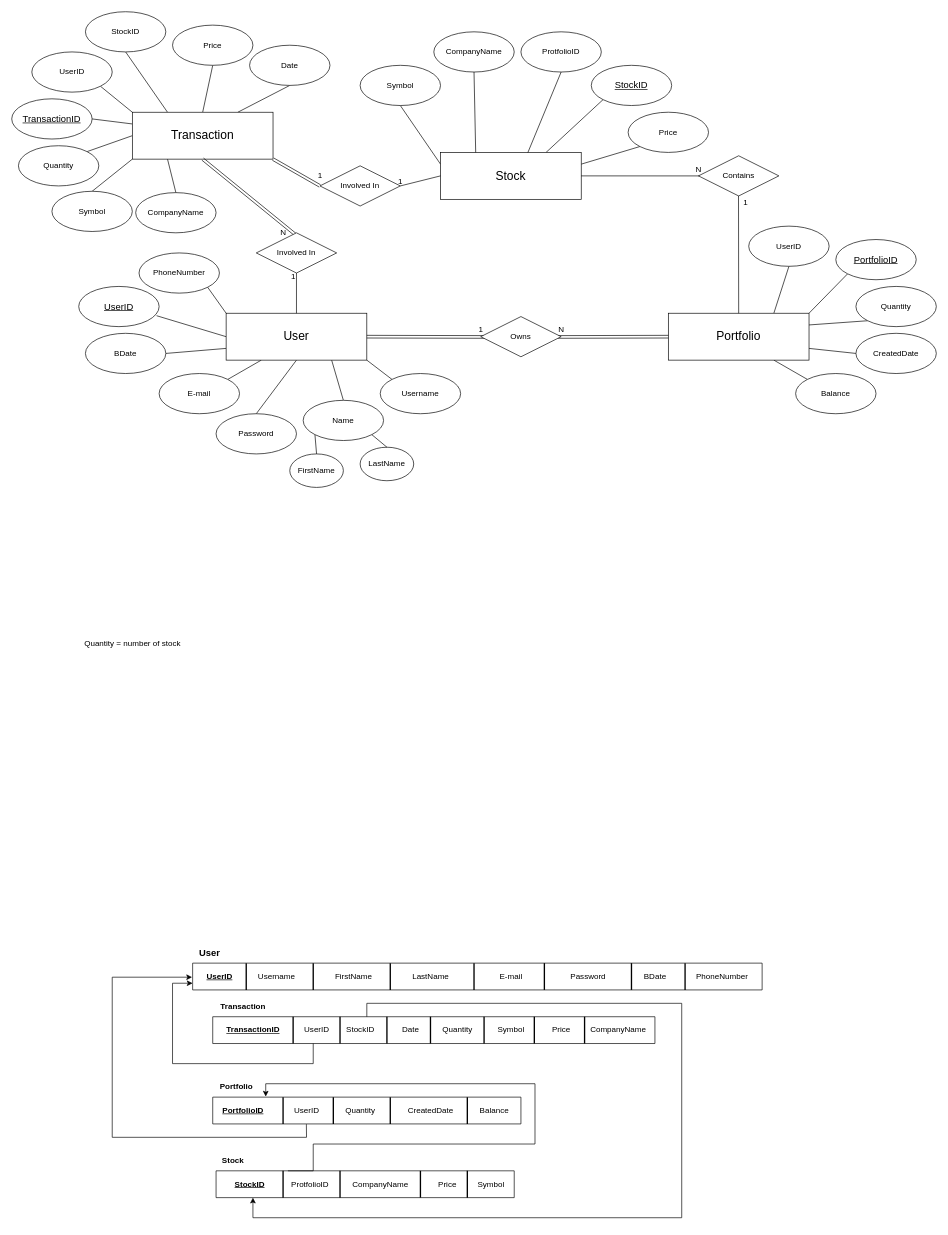
This is Diagrams/ER DIAGRAM.drawio from Abdulmohsen23/IS498, a draw.io file, before an edit. Source tidied: cells renumbered, new cells numbered last; positions are measured from the earlier drawing's top-left corner, leaving out a move shared by most shapes. Both pictures are drawn from the tidied source at 67%, with x=0, y=0 at pixel (11, 11).
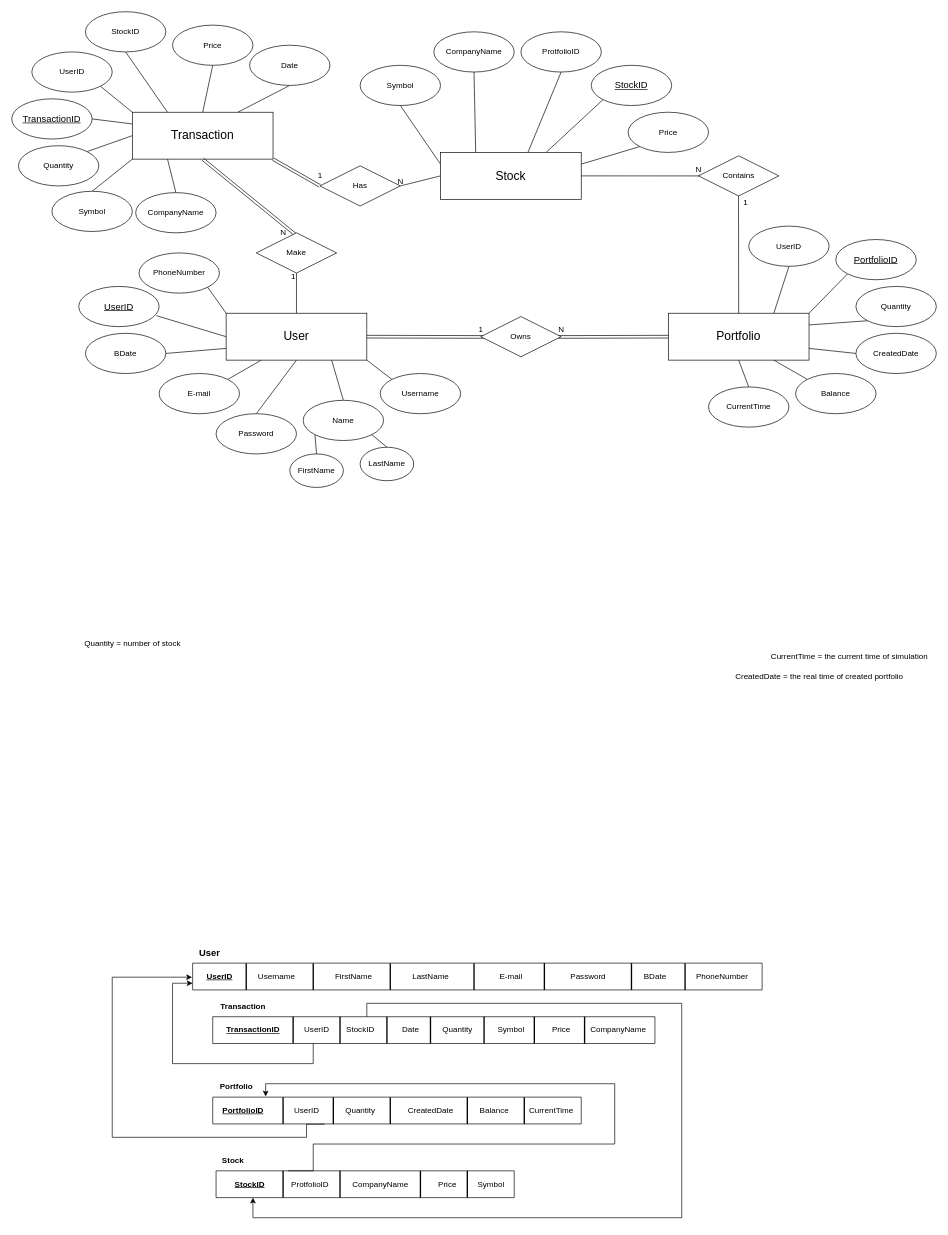
The same diagram, later.

Unchanged cells that the change refers to:
```xml
<mxCell id="27" value="&lt;font style=&quot;font-size: 18px;&quot;&gt;Portfolio&lt;/font&gt;" style="whiteSpace=wrap;html=1;align=center;" parent="1" vertex="1">
  <mxGeometry x="980" y="450" width="210" height="70" as="geometry" />
</mxCell>
<mxCell id="108" style="verticalLabelPosition=bottom;verticalAlign=top;html=1;shape=mxgraph.basic.rect;fillColor2=none;strokeWidth=1;size=20;indent=0;flipV=1;flipH=1;" parent="1" vertex="1">
  <mxGeometry x="305" y="1730" width="445" height="40" as="geometry" />
</mxCell>
```

What changed in the source:
```diff
@@
+    <mxCell id="141" style="rounded=0;jettySize=auto;html=1;exitX=0.5;exitY=1;exitDx=0;exitDy=0;entryX=0.5;entryY=0;entryDx=0;entryDy=0;endArrow=none;endFill=0;" parent="1" edge="1" source="27" target="142">
+      <mxGeometry relative="1" as="geometry" />
+    </mxCell>
@@
-    <mxCell id="61" value="Involved In" style="shape=rhombus;perimeter=rhombusPerimeter;whiteSpace=wrap;html=1;align=center;" parent="1" vertex="1">
+    <mxCell id="61" value="Make" style="shape=rhombus;perimeter=rhombusPerimeter;whiteSpace=wrap;html=1;align=center;" parent="1" vertex="1">
       <mxGeometry x="365" y="330" width="120" height="60" as="geometry" />
     </mxCell>
@@
-    <mxCell id="72" value="Involved In" style="shape=rhombus;perimeter=rhombusPerimeter;whiteSpace=wrap;html=1;align=center;" parent="1" vertex="1">
+    <mxCell id="72" value="Has" style="shape=rhombus;perimeter=rhombusPerimeter;whiteSpace=wrap;html=1;align=center;" parent="1" vertex="1">
       <mxGeometry x="460" y="230" width="120" height="60" as="geometry" />
     </mxCell>
@@
-    <mxCell id="74" value="1" style="text;html=1;align=center;verticalAlign=middle;strokeColor=none;fillColor=none;" parent="1" vertex="1">
+    <mxCell id="74" value="N" style="text;html=1;align=center;verticalAlign=middle;strokeColor=none;fillColor=none;" parent="1" vertex="1">
       <mxGeometry x="565" y="238" width="30" height="30" as="geometry" />
     </mxCell>
@@
     <mxCell id="121" style="verticalLabelPosition=bottom;verticalAlign=top;html=1;shape=mxgraph.basic.rect;fillColor2=none;strokeWidth=1;size=20;indent=0;flipV=1;flipH=1;" parent="1" vertex="1">
-      <mxGeometry x="300" y="1620" width="460" height="40" as="geometry" />
+      <mxGeometry x="300" y="1620" width="550" height="40" as="geometry" />
     </mxCell>
@@
-    <mxCell id="135" style="endArrow=classic;html=1;rounded=0;edgeStyle=orthogonalEdgeStyle;exitX=0.759;exitY=1;exitDx=0;exitDy=0;exitPerimeter=0;entryX=0.828;entryY=1.02;entryDx=0;entryDy=0;entryPerimeter=0;" parent="1" edge="1" source="108" target="121">
+    <mxCell id="135" style="endArrow=classic;html=1;rounded=0;edgeStyle=orthogonalEdgeStyle;exitX=0.759;exitY=1;exitDx=0;exitDy=0;exitPerimeter=0;" parent="1" edge="1" source="108">
       <mxGeometry relative="1" as="geometry">
+        <mxPoint x="379" y="1619" as="targetPoint" />
         <Array as="points">
+          <mxPoint x="450" y="1730" />
           <mxPoint x="450" y="1690" />
-          <mxPoint x="781" y="1690" />
-          <mxPoint x="781" y="1600" />
+          <mxPoint x="900" y="1690" />
+          <mxPoint x="900" y="1600" />
           <mxPoint x="379" y="1600" />
         </Array>
       </mxGeometry>
     </mxCell>
@@
+    <mxCell id="142" value="CurrentTime" style="ellipse;whiteSpace=wrap;html=1;align=center;" parent="1" vertex="1">
+      <mxGeometry x="1040" y="560" width="120" height="60" as="geometry" />
+    </mxCell>
+    <mxCell id="143" value="CurrentTime = the current time of simulation" style="text;html=1;align=center;verticalAlign=middle;strokeColor=none;fillColor=none;" parent="1" vertex="1">
+      <mxGeometry x="1120" y="948" width="260" height="30" as="geometry" />
+    </mxCell>
+    <mxCell id="144" value="CreatedDate = the real time of created portfolio" style="text;html=1;align=center;verticalAlign=middle;strokeColor=none;fillColor=none;" parent="1" vertex="1">
+      <mxGeometry x="1070" y="978" width="270" height="30" as="geometry" />
+    </mxCell>
+    <mxCell id="145" style="line;strokeWidth=2;direction=south;html=1;" parent="1" vertex="1">
+      <mxGeometry x="760" y="1620" width="10" height="40" as="geometry" />
+    </mxCell>
+    <mxCell id="146" value="CurrentTime" style="text;html=1;align=center;verticalAlign=middle;strokeColor=none;fillColor=none;" parent="1" vertex="1">
+      <mxGeometry x="760" y="1625" width="90" height="30" as="geometry" />
+    </mxCell>
```
